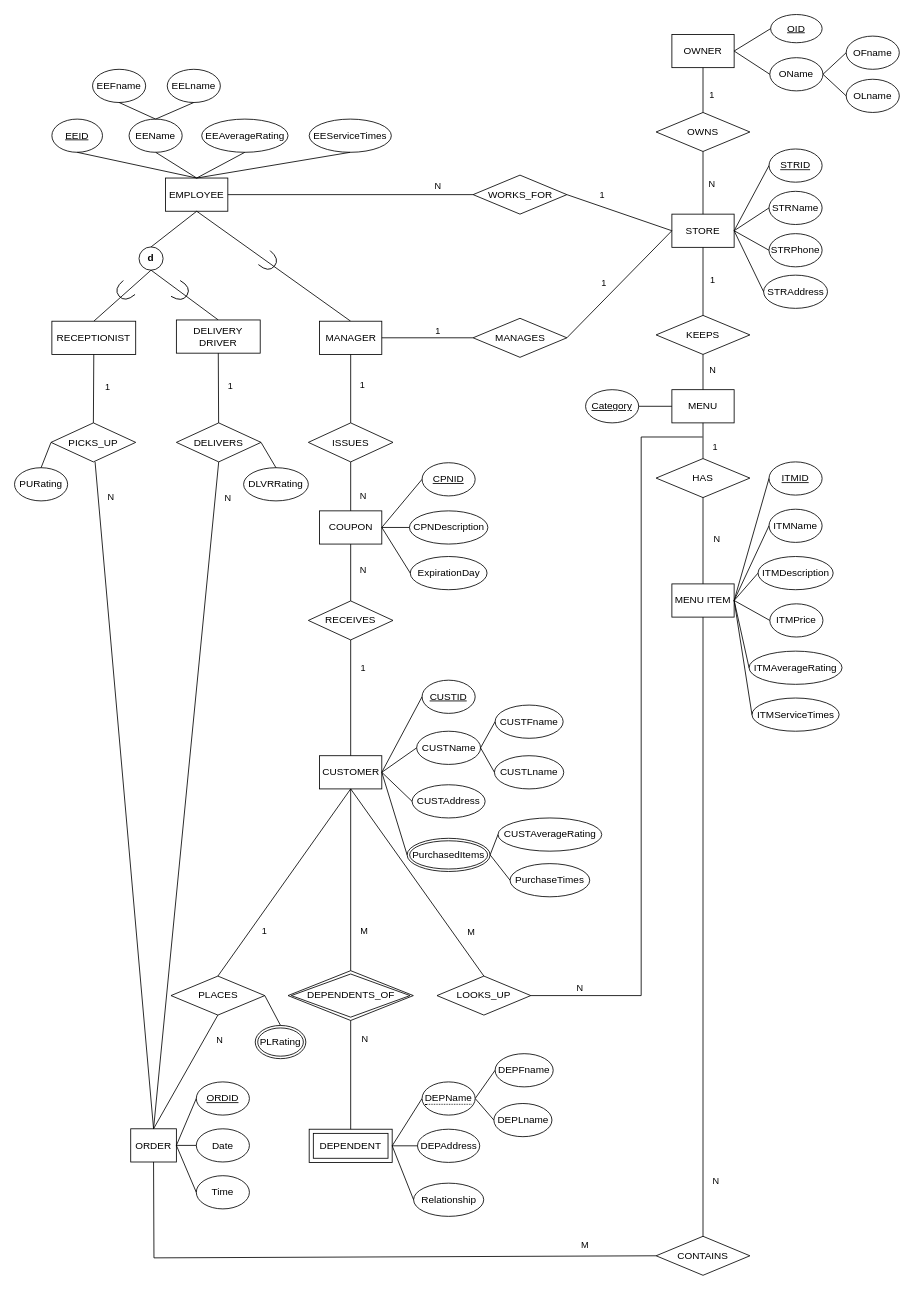
The draw.io diagram Enhanced Entity Relationship Diagram.drawio in hqiao8/Restaurant-Management-System, before the edit. Source tidied: cells renumbered, new cells numbered last; positions are measured from the earlier drawing's top-left corner, leaving out a move shared by most shapes. Both pictures are drawn from the tidied source at 83%, with x=0, y=0 at pixel (14, 14).
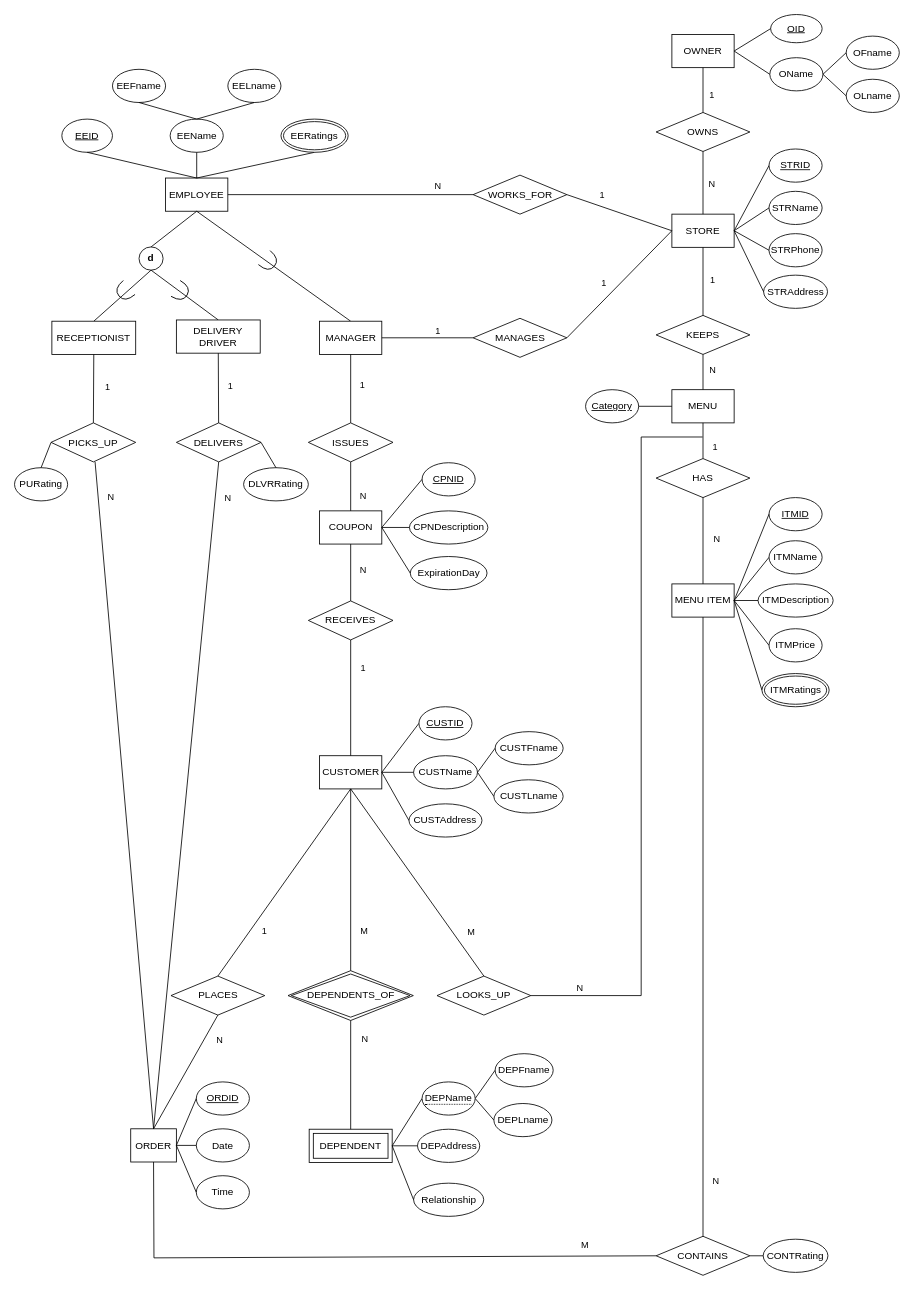
After the change.

The change refers to these unchanged cells:
```xml
<mxCell id="2" value="EMPLOYEE" style="whiteSpace=wrap;html=1;align=center;fillColor=default;" parent="1" vertex="1">
  <mxGeometry x="182" y="197" width="75" height="40" as="geometry" />
</mxCell>
<mxCell id="50" value="MENU ITEM" style="whiteSpace=wrap;html=1;align=center;fillColor=default;" parent="1" vertex="1">
  <mxGeometry x="792" y="686" width="75" height="40" as="geometry" />
</mxCell>
<mxCell id="63" value="CONTAINS" style="shape=rhombus;perimeter=rhombusPerimeter;whiteSpace=wrap;html=1;align=center;fillColor=default;gradientColor=none;" parent="1" vertex="1">
  <mxGeometry x="773" y="1472" width="113" height="47" as="geometry" />
</mxCell>
<mxCell id="78" value="CUSTOMER" style="whiteSpace=wrap;html=1;align=center;fillColor=default;" parent="1" vertex="1">
  <mxGeometry x="367.5" y="893" width="75" height="40" as="geometry" />
</mxCell>
<mxCell id="107" value="PLACES" style="shape=rhombus;perimeter=rhombusPerimeter;whiteSpace=wrap;html=1;align=center;fillColor=default;gradientColor=none;" parent="1" vertex="1">
  <mxGeometry x="188.5" y="1158.5" width="113" height="47" as="geometry" />
</mxCell>
```

Diff of the diagram source:
```diff
@@
     <mxCell id="3" value="EEName" style="ellipse;whiteSpace=wrap;html=1;align=center;fillColor=default;gradientColor=none;" parent="1" vertex="1">
-      <mxGeometry x="138" y="126" width="64" height="40" as="geometry" />
+      <mxGeometry x="187.5" y="126" width="64" height="40" as="geometry" />
     </mxCell>
     <mxCell id="4" value="EEFname" style="ellipse;whiteSpace=wrap;html=1;align=center;fillColor=default;gradientColor=none;" parent="1" vertex="1">
-      <mxGeometry x="94" y="66" width="64" height="40" as="geometry" />
+      <mxGeometry x="118" y="66" width="64" height="40" as="geometry" />
     </mxCell>
     <mxCell id="5" value="EELname" style="ellipse;whiteSpace=wrap;html=1;align=center;fillColor=default;gradientColor=none;" parent="1" vertex="1">
-      <mxGeometry x="184" y="66" width="64" height="40" as="geometry" />
+      <mxGeometry x="257" y="66" width="64" height="40" as="geometry" />
     </mxCell>
-    <mxCell id="6" value="EEAverageRating" style="ellipse;whiteSpace=wrap;html=1;align=center;fillColor=default;gradientColor=none;" parent="1" vertex="1">
-      <mxGeometry x="225.5" y="126" width="104" height="40" as="geometry" />
-    </mxCell>
     <mxCell id="7" value="&lt;u&gt;EEID&lt;/u&gt;" style="ellipse;whiteSpace=wrap;html=1;align=center;fillColor=default;gradientColor=none;" parent="1" vertex="1">
-      <mxGeometry x="45" y="126" width="61" height="40" as="geometry" />
+      <mxGeometry x="57" y="126" width="61" height="40" as="geometry" />
     </mxCell>
-    <mxCell id="8" value="EEServiceTimes" style="ellipse;whiteSpace=wrap;html=1;align=center;fillColor=default;gradientColor=none;" parent="1" vertex="1">
-      <mxGeometry x="355" y="126" width="99" height="40" as="geometry" />
-    </mxCell>
@@
-    <mxCell id="11" style="endArrow=none;html=1;rounded=0;exitX=0.5;exitY=0;exitDx=0;exitDy=0;entryX=0.5;entryY=1;entryDx=0;entryDy=0;" parent="1" edge="1" source="2" target="6">
+    <mxCell id="11" style="endArrow=none;html=1;rounded=0;exitX=0.5;exitY=0;exitDx=0;exitDy=0;entryX=0.5;entryY=1;entryDx=0;entryDy=0;" parent="1" edge="1" source="2" target="175">
       <mxGeometry relative="1" as="geometry" />
     </mxCell>
-    <mxCell id="12" style="endArrow=none;html=1;rounded=0;exitX=0.5;exitY=0;exitDx=0;exitDy=0;entryX=0.5;entryY=1;entryDx=0;entryDy=0;" parent="1" edge="1" source="2" target="8">
-      <mxGeometry relative="1" as="geometry" />
-    </mxCell>
@@
     <mxCell id="53" value="&lt;u&gt;ITMID&lt;/u&gt;" style="ellipse;whiteSpace=wrap;html=1;align=center;fillColor=default;gradientColor=none;" parent="1" vertex="1">
-      <mxGeometry x="909" y="539" width="64" height="40" as="geometry" />
+      <mxGeometry x="909" y="582" width="64" height="40" as="geometry" />
     </mxCell>
     <mxCell id="54" value="ITMName" style="ellipse;whiteSpace=wrap;html=1;align=center;fillColor=default;gradientColor=none;" parent="1" vertex="1">
-      <mxGeometry x="909" y="596" width="64" height="40" as="geometry" />
+      <mxGeometry x="909" y="634" width="64" height="40" as="geometry" />
     </mxCell>
     <mxCell id="55" value="ITMDescription" style="ellipse;whiteSpace=wrap;html=1;align=center;fillColor=default;gradientColor=none;" parent="1" vertex="1">
-      <mxGeometry x="895.8" y="653" width="90.5" height="40" as="geometry" />
+      <mxGeometry x="895.8" y="686" width="90.5" height="40" as="geometry" />
     </mxCell>
     <mxCell id="56" value="ITMPrice" style="ellipse;whiteSpace=wrap;html=1;align=center;fillColor=default;gradientColor=none;" parent="1" vertex="1">
-      <mxGeometry x="910" y="710" width="64" height="40" as="geometry" />
+      <mxGeometry x="909" y="740" width="64" height="40" as="geometry" />
     </mxCell>
@@
-    <mxCell id="69" value="ITMAverageRating" style="ellipse;whiteSpace=wrap;html=1;align=center;fillColor=default;gradientColor=none;" parent="1" vertex="1">
-      <mxGeometry x="885" y="767" width="112" height="40" as="geometry" />
-    </mxCell>
-    <mxCell id="70" value="ITMServiceTimes" style="ellipse;whiteSpace=wrap;html=1;align=center;fillColor=default;gradientColor=none;" parent="1" vertex="1">
-      <mxGeometry x="888.5" y="823.5" width="105" height="40" as="geometry" />
-    </mxCell>
-    <mxCell id="71" style="endArrow=none;html=1;rounded=0;entryX=1;entryY=0.5;entryDx=0;entryDy=0;exitX=0;exitY=0.5;exitDx=0;exitDy=0;" parent="1" edge="1" source="69" target="50">
+    <mxCell id="71" style="endArrow=none;html=1;rounded=0;entryX=1;entryY=0.5;entryDx=0;entryDy=0;exitX=0;exitY=0.5;exitDx=0;exitDy=0;" parent="1" edge="1" source="176" target="50">
       <mxGeometry relative="1" as="geometry" />
     </mxCell>
-    <mxCell id="72" style="endArrow=none;html=1;rounded=0;entryX=1;entryY=0.5;entryDx=0;entryDy=0;exitX=0;exitY=0.5;exitDx=0;exitDy=0;" parent="1" edge="1" source="70" target="50">
-      <mxGeometry relative="1" as="geometry" />
-    </mxCell>
@@
     <mxCell id="80" value="&lt;u&gt;CUSTID&lt;/u&gt;" style="ellipse;whiteSpace=wrap;html=1;align=center;fillColor=default;gradientColor=none;" parent="1" vertex="1">
-      <mxGeometry x="491" y="802" width="64" height="40" as="geometry" />
+      <mxGeometry x="487.2" y="834" width="64" height="40" as="geometry" />
     </mxCell>
     <mxCell id="81" value="CUSTName" style="ellipse;whiteSpace=wrap;html=1;align=center;fillColor=default;gradientColor=none;" parent="1" vertex="1">
-      <mxGeometry x="484.5" y="863.5" width="77" height="40" as="geometry" />
+      <mxGeometry x="480.8" y="893" width="77" height="40" as="geometry" />
     </mxCell>
     <mxCell id="82" value="CUSTFname" style="ellipse;whiteSpace=wrap;html=1;align=center;fillColor=default;gradientColor=none;" parent="1" vertex="1">
-      <mxGeometry x="579" y="832" width="82" height="40" as="geometry" />
+      <mxGeometry x="579" y="864" width="82" height="40" as="geometry" />
     </mxCell>
     <mxCell id="83" value="CUSTLname" style="ellipse;whiteSpace=wrap;html=1;align=center;fillColor=default;gradientColor=none;" parent="1" vertex="1">
-      <mxGeometry x="578.2" y="893" width="83.5" height="40" as="geometry" />
+      <mxGeometry x="577.5" y="922" width="83.5" height="40" as="geometry" />
     </mxCell>
@@
     <mxCell id="86" value="CUSTAddress" style="ellipse;whiteSpace=wrap;html=1;align=center;fillColor=default;gradientColor=none;" parent="1" vertex="1">
-      <mxGeometry x="479" y="928" width="88" height="40" as="geometry" />
+      <mxGeometry x="475.2" y="951" width="88" height="40" as="geometry" />
     </mxCell>
-    <mxCell id="87" value="PurchasedItems" style="ellipse;shape=doubleEllipse;margin=3;whiteSpace=wrap;html=1;align=center;" parent="1" vertex="1">
-      <mxGeometry x="473" y="992.5" width="100" height="40" as="geometry" />
-    </mxCell>
-    <mxCell id="88" value="CUSTAverageRating" style="ellipse;whiteSpace=wrap;html=1;align=center;fillColor=default;gradientColor=none;" parent="1" vertex="1">
-      <mxGeometry x="582.5" y="968" width="125" height="40" as="geometry" />
-    </mxCell>
-    <mxCell id="89" value="PurchaseTimes" style="ellipse;whiteSpace=wrap;html=1;align=center;fillColor=default;gradientColor=none;" parent="1" vertex="1">
-      <mxGeometry x="597" y="1023" width="96" height="40" as="geometry" />
-    </mxCell>
-    <mxCell id="90" style="endArrow=none;html=1;rounded=0;exitX=1;exitY=0.5;exitDx=0;exitDy=0;entryX=0;entryY=0.5;entryDx=0;entryDy=0;" parent="1" edge="1" source="87" target="88">
-      <mxGeometry relative="1" as="geometry" />
-    </mxCell>
-    <mxCell id="91" style="endArrow=none;html=1;rounded=0;exitX=1;exitY=0.5;exitDx=0;exitDy=0;entryX=0;entryY=0.5;entryDx=0;entryDy=0;" parent="1" edge="1" source="87" target="89">
-      <mxGeometry relative="1" as="geometry" />
-    </mxCell>
@@
-    <mxCell id="95" style="endArrow=none;html=1;rounded=0;exitX=0;exitY=0.5;exitDx=0;exitDy=0;entryX=1;entryY=0.5;entryDx=0;entryDy=0;" parent="1" edge="1" source="87" target="78">
-      <mxGeometry relative="1" as="geometry" />
-    </mxCell>
@@
-    <mxCell id="170" value="PLRating" style="ellipse;shape=doubleEllipse;margin=3;whiteSpace=wrap;html=1;align=center;" parent="1" vertex="1">
-      <mxGeometry x="290" y="1218" width="61" height="40" as="geometry" />
-    </mxCell>
-    <mxCell id="171" style="endArrow=none;html=1;rounded=0;exitX=0.5;exitY=0;exitDx=0;exitDy=0;entryX=1;entryY=0.5;entryDx=0;entryDy=0;" parent="1" edge="1" source="170" target="107">
-      <mxGeometry relative="1" as="geometry" />
-    </mxCell>
@@
+    <mxCell id="173" value="CONTRating" style="ellipse;whiteSpace=wrap;html=1;align=center;fillColor=default;gradientColor=none;" parent="1" vertex="1">
+      <mxGeometry x="902" y="1475.5" width="78" height="40" as="geometry" />
+    </mxCell>
+    <mxCell id="174" style="endArrow=none;html=1;rounded=0;entryX=1;entryY=0.5;entryDx=0;entryDy=0;exitX=0;exitY=0.5;exitDx=0;exitDy=0;" parent="1" edge="1" source="173" target="63">
+      <mxGeometry relative="1" as="geometry" />
+    </mxCell>
+    <mxCell id="175" value="EERatings" style="ellipse;shape=doubleEllipse;margin=3;whiteSpace=wrap;html=1;align=center;" parent="1" vertex="1">
+      <mxGeometry x="321" y="126" width="81" height="40" as="geometry" />
+    </mxCell>
+    <mxCell id="176" value="ITMRatings" style="ellipse;shape=doubleEllipse;margin=3;whiteSpace=wrap;html=1;align=center;" parent="1" vertex="1">
+      <mxGeometry x="900.5" y="794" width="81" height="40" as="geometry" />
+    </mxCell>
```
